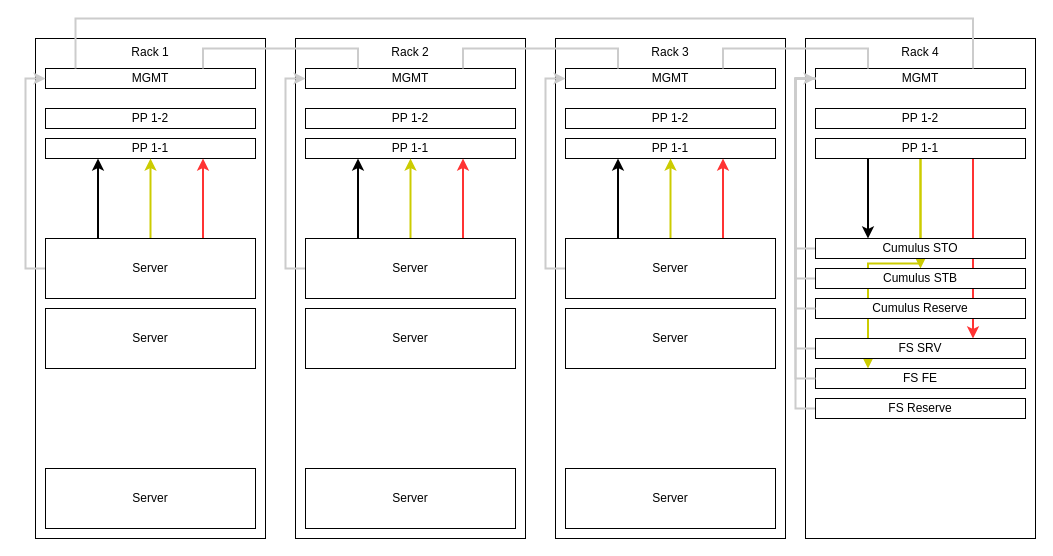
Above: Physical Network Design 2019/Untitled Diagram.drawio in flyingcircusio/drawio (draw.io), before the change. Source tidied: cells renumbered, new cells numbered last; positions are measured from the earlier drawing's top-left corner, leaving out a move shared by most shapes. Both pictures are drawn from the tidied source at 100%, with x=0, y=0 at pixel (35, 18).
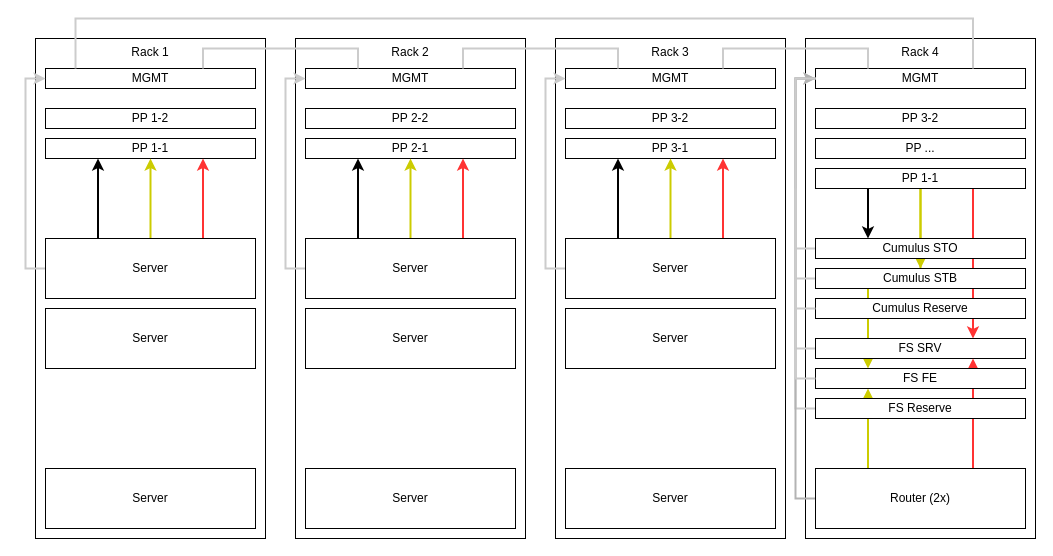
Above is the later version.

Commit message:
fix patch panel names

Unchanged cells that the change refers to:
```xml
<mxCell id="14" style="group;" parent="1" vertex="1">
  <mxGeometry x="260" y="20" width="230" height="500" as="geometry" />
</mxCell>
<mxCell id="26" style="group;" parent="1" vertex="1">
  <mxGeometry x="520" y="20" width="230" height="500" as="geometry" />
</mxCell>
<mxCell id="38" style="group;" parent="1" vertex="1">
  <mxGeometry x="770" y="20" width="230" height="500" as="geometry" />
</mxCell>
<mxCell id="46" value="MGMT" style="rounded=0;whiteSpace=wrap;html=1;" parent="38" vertex="1">
  <mxGeometry x="10" y="30" width="210" height="20" as="geometry" />
</mxCell>
<mxCell id="52" value="FS SRV" style="rounded=0;whiteSpace=wrap;html=1;" parent="38" vertex="1">
  <mxGeometry x="10" y="300" width="210" height="20" as="geometry" />
</mxCell>
<mxCell id="57" value="FS FE" style="rounded=0;whiteSpace=wrap;html=1;" parent="38" vertex="1">
  <mxGeometry x="10" y="330" width="210" height="20" as="geometry" />
</mxCell>
```

The edit, as a diff of the source:
```diff
@@
-    <mxCell id="16" value="PP 1-1" style="rounded=0;whiteSpace=wrap;html=1;" parent="14" vertex="1">
+    <mxCell id="16" value="PP 2-1" style="rounded=0;whiteSpace=wrap;html=1;" parent="14" vertex="1">
       <mxGeometry x="10" y="100" width="210" height="20" as="geometry" />
     </mxCell>
-    <mxCell id="17" value="PP 1-2" style="rounded=0;whiteSpace=wrap;html=1;" parent="14" vertex="1">
+    <mxCell id="17" value="PP 2-2" style="rounded=0;whiteSpace=wrap;html=1;" parent="14" vertex="1">
       <mxGeometry x="10" y="70" width="210" height="20" as="geometry" />
     </mxCell>
@@
-    <mxCell id="28" value="PP 1-1" style="rounded=0;whiteSpace=wrap;html=1;" parent="26" vertex="1">
+    <mxCell id="28" value="PP 3-1" style="rounded=0;whiteSpace=wrap;html=1;" parent="26" vertex="1">
       <mxGeometry x="10" y="100" width="210" height="20" as="geometry" />
     </mxCell>
-    <mxCell id="29" value="PP 1-2" style="rounded=0;whiteSpace=wrap;html=1;" parent="26" vertex="1">
+    <mxCell id="29" value="PP 3-2" style="rounded=0;whiteSpace=wrap;html=1;" parent="26" vertex="1">
       <mxGeometry x="10" y="70" width="210" height="20" as="geometry" />
     </mxCell>
@@
     <mxCell id="44" value="PP 1-1" style="rounded=0;whiteSpace=wrap;html=1;" parent="38" vertex="1">
-      <mxGeometry x="10" y="100" width="210" height="20" as="geometry" />
+      <mxGeometry x="10" y="130" width="210" height="20" as="geometry" />
     </mxCell>
-    <mxCell id="45" value="PP 1-2" style="rounded=0;whiteSpace=wrap;html=1;" parent="38" vertex="1">
+    <mxCell id="45" value="PP 3-2" style="rounded=0;whiteSpace=wrap;html=1;" parent="38" vertex="1">
       <mxGeometry x="10" y="70" width="210" height="20" as="geometry" />
     </mxCell>
@@
+    <mxCell id="58" style="edgeStyle=orthogonalEdgeStyle;rounded=0;jettySize=auto;html=1;exitX=0;exitY=0.5;exitDx=0;exitDy=0;entryX=0;entryY=0.5;entryDx=0;entryDy=0;endArrow=none;endFill=0;strokeColor=#CCCCCC;strokeWidth=2;" parent="38" edge="1" source="59" target="46">
+      <mxGeometry relative="1" as="geometry" />
+    </mxCell>
+    <mxCell id="66" style="edgeStyle=orthogonalEdgeStyle;rounded=0;jettySize=auto;html=1;exitX=0;exitY=0.5;exitDx=0;exitDy=0;entryX=0;entryY=0.5;entryDx=0;entryDy=0;endArrow=classic;endFill=1;strokeColor=#B3B3B3;strokeWidth=2;" parent="38" edge="1" source="69" target="46">
+      <mxGeometry relative="1" as="geometry" />
+    </mxCell>
+    <mxCell id="67" style="edgeStyle=orthogonalEdgeStyle;rounded=0;jettySize=auto;html=1;exitX=0.25;exitY=0;exitDx=0;exitDy=0;entryX=0.25;entryY=1;entryDx=0;entryDy=0;endArrow=classic;endFill=1;strokeColor=#CCCC00;strokeWidth=2;" parent="38" edge="1" source="69" target="57">
+      <mxGeometry relative="1" as="geometry" />
+    </mxCell>
+    <mxCell id="68" style="edgeStyle=orthogonalEdgeStyle;rounded=0;jettySize=auto;html=1;exitX=0.75;exitY=0;exitDx=0;exitDy=0;entryX=0.75;entryY=1;entryDx=0;entryDy=0;endArrow=classic;endFill=1;strokeColor=#FF3333;strokeWidth=2;" parent="38" edge="1" source="69" target="52">
+      <mxGeometry relative="1" as="geometry" />
+    </mxCell>
+    <mxCell id="69" value="Router (2x)" style="rounded=0;whiteSpace=wrap;html=1;" parent="38" vertex="1">
+      <mxGeometry x="10" y="430" width="210" height="60" as="geometry" />
+    </mxCell>
+    <mxCell id="59" value="FS Reserve" style="rounded=0;whiteSpace=wrap;html=1;" parent="38" vertex="1">
+      <mxGeometry x="10" y="360" width="210" height="20" as="geometry" />
+    </mxCell>
@@
-    <mxCell id="58" style="edgeStyle=orthogonalEdgeStyle;rounded=0;jettySize=auto;html=1;exitX=0;exitY=0.5;exitDx=0;exitDy=0;entryX=0;entryY=0.5;entryDx=0;entryDy=0;endArrow=none;endFill=0;strokeColor=#CCCCCC;strokeWidth=2;" parent="38" edge="1" source="59" target="46">
-      <mxGeometry relative="1" as="geometry" />
-    </mxCell>
-    <mxCell id="59" value="FS Reserve" style="rounded=0;whiteSpace=wrap;html=1;" parent="38" vertex="1">
-      <mxGeometry x="10" y="360" width="210" height="20" as="geometry" />
-    </mxCell>
+    <mxCell id="70" value="PP ..." style="rounded=0;whiteSpace=wrap;html=1;" parent="38" vertex="1">
+      <mxGeometry x="10" y="100" width="210" height="20" as="geometry" />
+    </mxCell>
```
